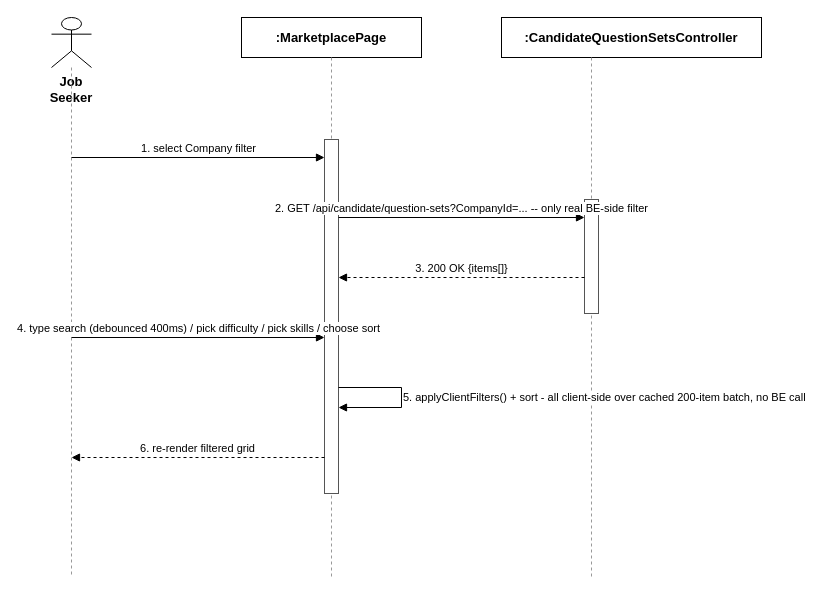
Earlier version of the draw.io diagram docs/qa/Tu_SequenceDiagram/02_Search_and_Filter_Question_Sets.drawio (tulklk/AI_Interview_Question_Generation_RAG_LLM_FE). Source tidied: cells renumbered, new cells numbered last; positions are measured from the earlier drawing's top-left corner, leaving out a move shared by most shapes. Both pictures are drawn from the tidied source at 100%, with x=0, y=0 at pixel (51, 17).
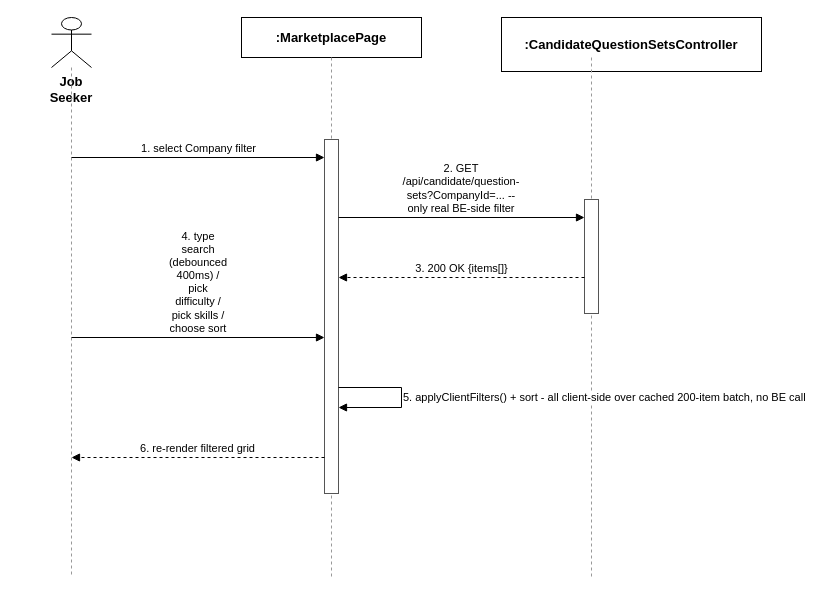
The same page after the edit.

Change to the diagram source:
```diff
@@
     <mxCell id="6" value=":CandidateQuestionSetsController" style="rounded=0;whiteSpace=wrap;html=1;fontSize=13;fillColor=#ffffff;strokeColor=#000000;fontStyle=1;" parent="1" vertex="1">
-      <mxGeometry x="450" width="260" height="40" as="geometry" />
+      <mxGeometry x="450" width="260" height="54" as="geometry" />
     </mxCell>
@@
-    <mxCell id="11" value="2. GET /api/candidate/question-sets?CompanyId=...  -- only real BE-side filter" style="endArrow=block;endFill=1;html=1;fontSize=11;align=center;verticalAlign=bottom;labelBackgroundColor=#ffffff;strokeColor=#000000;" parent="1" edge="1">
+    <mxCell id="11" value="2. GET /api/candidate/question-sets?CompanyId=...  -- only real BE-side filter" style="endArrow=block;endFill=1;html=1;whiteSpace=wrap;fontSize=11;align=center;verticalAlign=bottom;labelBackgroundColor=#ffffff;strokeColor=#000000;" parent="1" edge="1">
       <mxGeometry relative="1" as="geometry">
         <mxPoint x="287" y="200" as="sourcePoint" />
         <mxPoint x="533" y="200" as="targetPoint" />
       </mxGeometry>
     </mxCell>
@@
-    <mxCell id="13" value="4. type search (debounced 400ms) / pick difficulty / pick skills / choose sort" style="endArrow=block;endFill=1;html=1;fontSize=11;align=center;verticalAlign=bottom;labelBackgroundColor=#ffffff;strokeColor=#000000;" parent="1" edge="1">
+    <mxCell id="13" value="4. type search (debounced 400ms) / pick difficulty / pick skills / choose sort" style="endArrow=block;endFill=1;html=1;whiteSpace=wrap;fontSize=11;align=center;verticalAlign=bottom;labelBackgroundColor=#ffffff;strokeColor=#000000;" parent="1" edge="1">
       <mxGeometry relative="1" as="geometry">
         <mxPoint x="20" y="320" as="sourcePoint" />
         <mxPoint x="273" y="320" as="targetPoint" />
       </mxGeometry>
     </mxCell>
```
